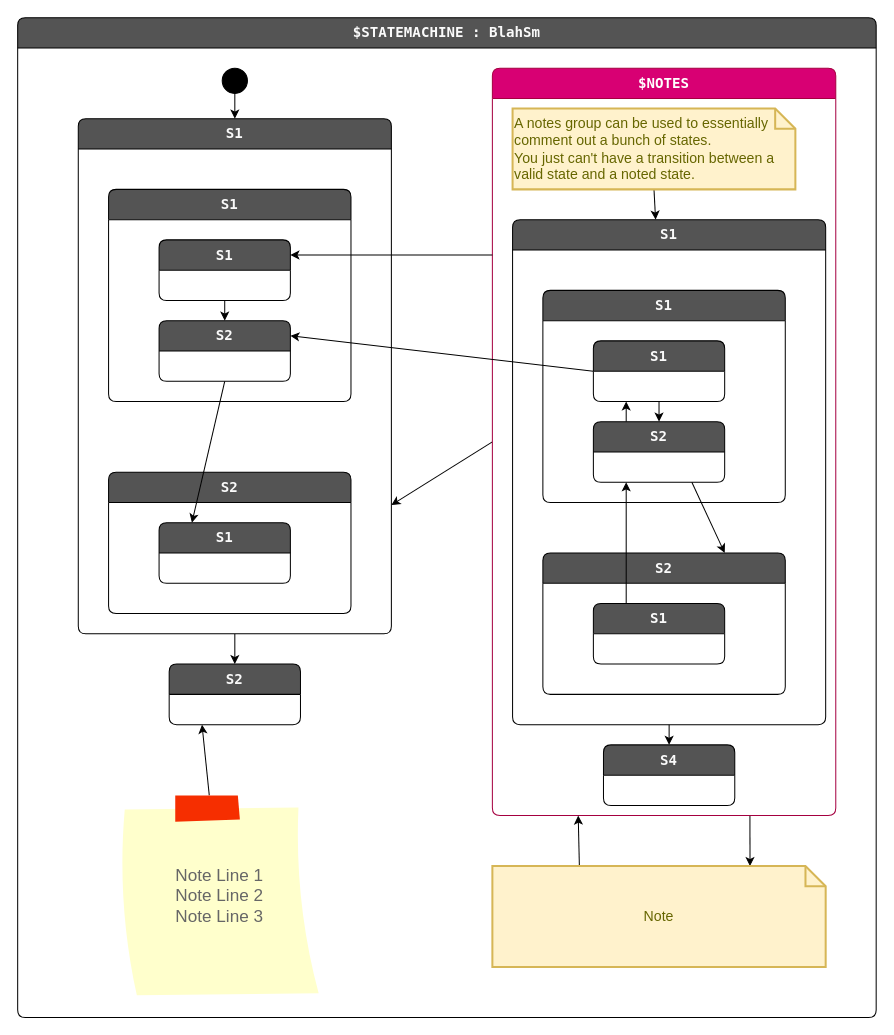
Before: src/StateSmithTest/SmGraph/notes-nested-states.drawio in StateSmith/StateSmith, a draw.io diagram. Source tidied: cells renumbered, new cells numbered last; positions are measured from the earlier drawing's top-left corner, leaving out a move shared by most shapes. Both pictures are drawn from the tidied source at 101%, with x=0, y=0 at pixel (17, 17).
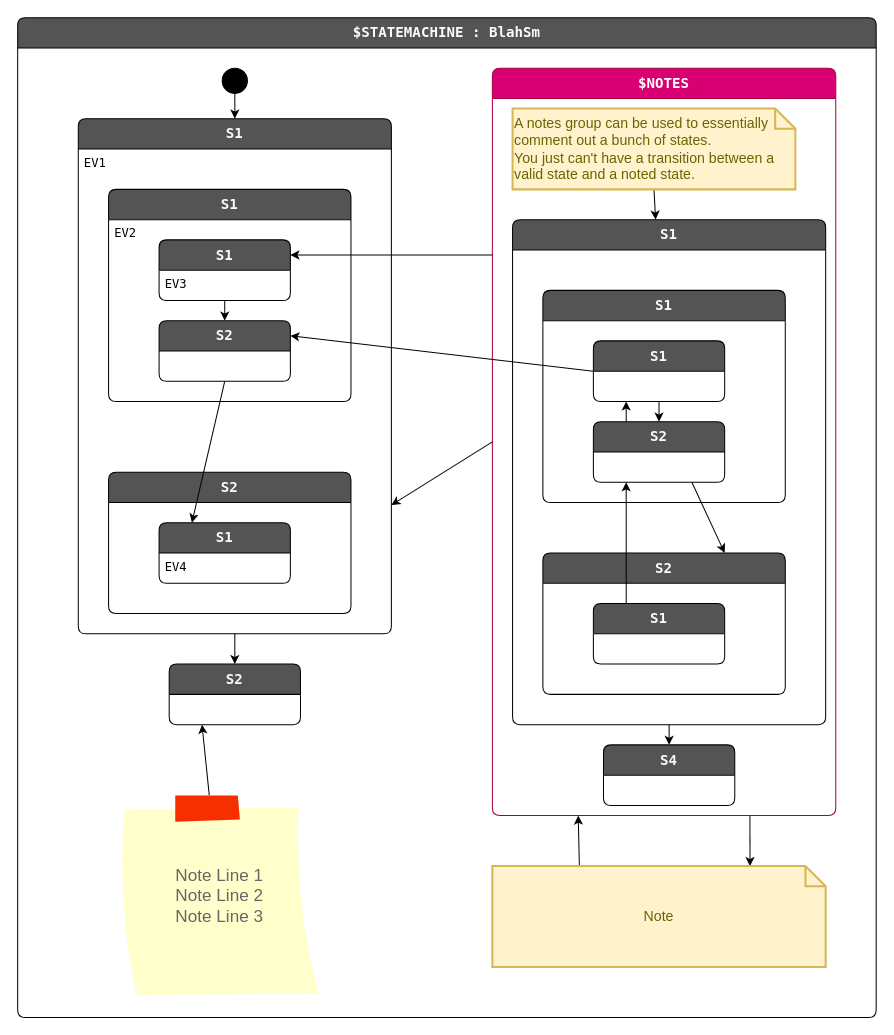
Above is the later version.

Commit message (it also covers changes not shown here):
Relaxed `$notes` validation. You can now have notes point to states and vice versa.

Unchanged cells that the change refers to:
```xml
<mxCell id="30" value="S1" style="shape=swimlane;align=center;verticalAlign=top;fontFamily=Lucida Console;startSize=30;fontSize=14;fontStyle=1;fontColor=#FAFAFA;fillColor=#545454;swimlaneFillColor=default;rounded=1;arcSize=15;absoluteArcSize=1;" parent="2" vertex="1">
  <mxGeometry x="60" y="100" width="310" height="510" as="geometry" />
</mxCell>
<mxCell id="32" value="S1" style="shape=swimlane;align=center;verticalAlign=top;fontFamily=Lucida Console;startSize=30;fontSize=14;fontStyle=1;fontColor=#FAFAFA;fillColor=#545454;swimlaneFillColor=default;rounded=1;arcSize=15;absoluteArcSize=1;" parent="30" vertex="1">
  <mxGeometry x="30" y="70" width="240" height="210" as="geometry" />
</mxCell>
<mxCell id="35" value="S1" style="shape=swimlane;align=center;verticalAlign=top;fontFamily=Lucida Console;startSize=30;fontSize=14;fontStyle=1;fontColor=#FAFAFA;fillColor=#545454;swimlaneFillColor=default;rounded=1;arcSize=15;absoluteArcSize=1;" parent="32" vertex="1">
  <mxGeometry x="50" y="50" width="130" height="60" as="geometry" />
</mxCell>
<mxCell id="41" value="S1" style="shape=swimlane;align=center;verticalAlign=top;fontFamily=Lucida Console;startSize=30;fontSize=14;fontStyle=1;fontColor=#FAFAFA;fillColor=#545454;swimlaneFillColor=default;rounded=1;arcSize=15;absoluteArcSize=1;" parent="39" vertex="1">
  <mxGeometry x="50" y="50" width="130" height="60" as="geometry" />
</mxCell>
```

What changed in the source:
```diff
@@
-    <mxCell id="31" style="fontFamily=Lucida Console;align=left;verticalAlign=top;fillColor=none;gradientColor=none;strokeColor=none;rounded=0;spacingLeft=4;" parent="30" vertex="1">
-      <mxGeometry y="30" width="50" height="40" as="geometry" />
+    <mxCell id="31" value="EV1" style="fontFamily=Lucida Console;align=left;verticalAlign=top;fillColor=none;gradientColor=none;strokeColor=none;rounded=0;spacingLeft=4;" parent="30" vertex="1">
+      <mxGeometry y="30" width="50" height="30" as="geometry" />
     </mxCell>
@@
-    <mxCell id="33" style="fontFamily=Lucida Console;align=left;verticalAlign=top;fillColor=none;gradientColor=none;strokeColor=none;rounded=0;spacingLeft=4;" parent="32" vertex="1">
-      <mxGeometry y="30" width="50" height="40" as="geometry" />
+    <mxCell id="33" value="EV2" style="fontFamily=Lucida Console;align=left;verticalAlign=top;fillColor=none;gradientColor=none;strokeColor=none;rounded=0;spacingLeft=4;" parent="32" vertex="1">
+      <mxGeometry y="30" width="50" height="30" as="geometry" />
     </mxCell>
@@
-    <mxCell id="36" style="fontFamily=Lucida Console;align=left;verticalAlign=top;fillColor=none;gradientColor=none;strokeColor=none;rounded=0;spacingLeft=4;" parent="35" vertex="1">
-      <mxGeometry y="30" width="50" height="40" as="geometry" />
+    <mxCell id="36" value="EV3" style="fontFamily=Lucida Console;align=left;verticalAlign=top;fillColor=none;gradientColor=none;strokeColor=none;rounded=0;spacingLeft=4;" parent="35" vertex="1">
+      <mxGeometry y="30" width="50" height="30" as="geometry" />
     </mxCell>
@@
-    <mxCell id="42" style="fontFamily=Lucida Console;align=left;verticalAlign=top;fillColor=none;gradientColor=none;strokeColor=none;rounded=0;spacingLeft=4;" parent="41" vertex="1">
-      <mxGeometry y="30" width="50" height="40" as="geometry" />
+    <mxCell id="42" value="EV4" style="fontFamily=Lucida Console;align=left;verticalAlign=top;fillColor=none;gradientColor=none;strokeColor=none;rounded=0;spacingLeft=4;" parent="41" vertex="1">
+      <mxGeometry y="30" width="50" height="30" as="geometry" />
     </mxCell>
```
